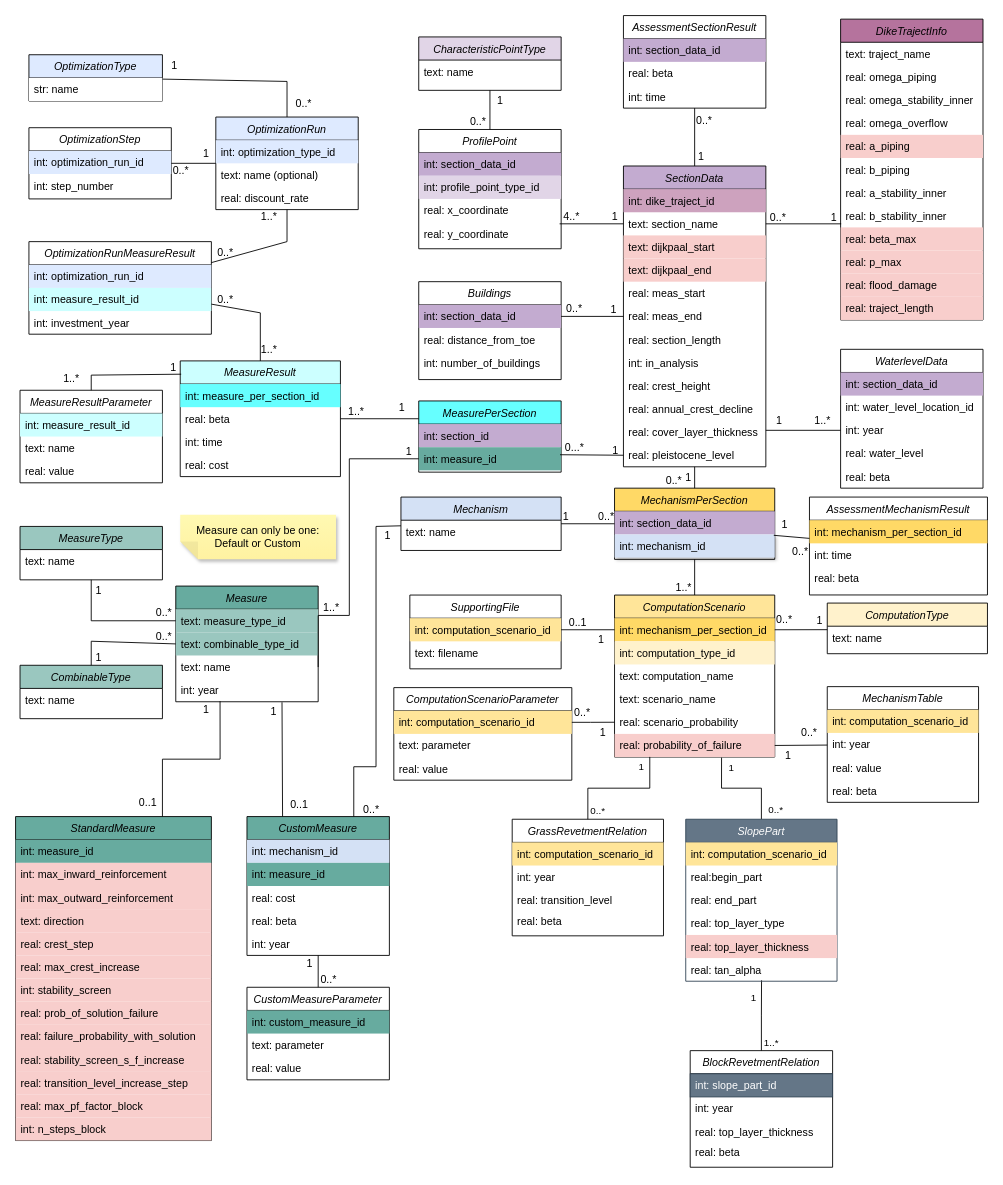
The draw.io diagram docs/db_diagram/vrtool_sql_input.drawio in Deltares/Veiligheidsrendement, before the edit. Source tidied: cells renumbered, new cells numbered last; positions are measured from the earlier drawing's top-left corner, leaving out a move shared by most shapes. Both pictures are drawn from the tidied source at 89%, with x=0, y=0 at pixel (15, 15).
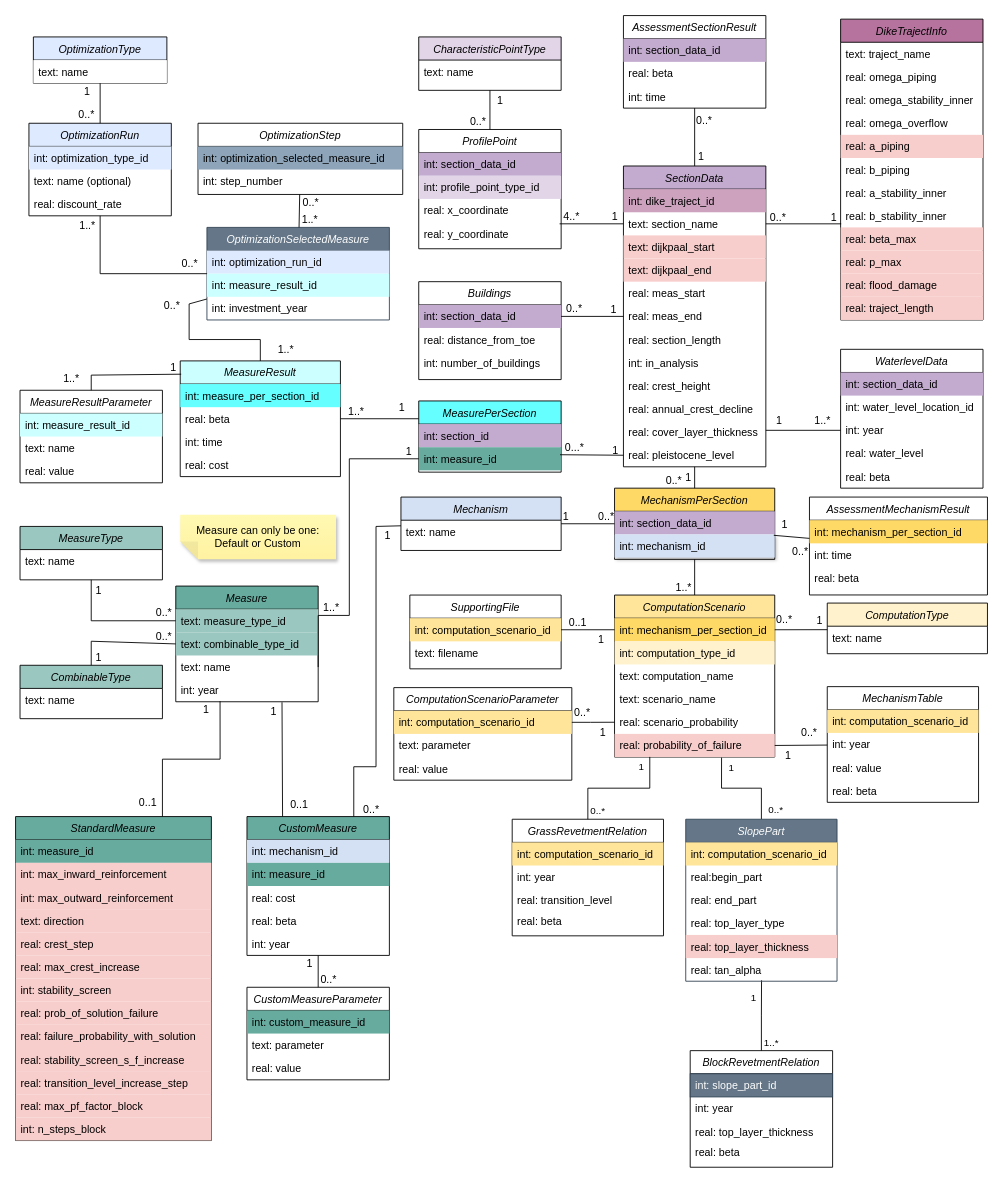
Above is the later version.

Commit message (it also covers changes not shown here):
chore: Modified optimization step after design discussion. Updated diagram

The change refers to these unchanged cells:
```xml
<mxCell id="208" value="MeasureResult" style="swimlane;fontStyle=2;align=center;verticalAlign=top;horizontal=1;startSize=26;rounded=0;shadow=0;strokeWidth=1;fillColor=#CCFFFF;" parent="1" vertex="1">
  <mxGeometry x="185" y="388" width="180" height="130" as="geometry" />
</mxCell>
```

Diff of the diagram source:
```diff
@@
     <mxCell id="223" value="OptimizationType" style="swimlane;fontStyle=2;align=center;verticalAlign=top;horizontal=1;startSize=26;rounded=0;shadow=0;strokeWidth=1;fillColor=#DEEAFF;" parent="1" vertex="1">
-      <mxGeometry x="15" y="44" width="150" height="52" as="geometry" />
+      <mxGeometry x="20" y="24" width="150" height="52" as="geometry" />
     </mxCell>
-    <mxCell id="224" value="str: name" style="text;align=left;verticalAlign=top;spacingLeft=4;spacingRight=4;overflow=hidden;rounded=0;shadow=0;html=0;fillColor=#FFFFFF;" parent="223" vertex="1">
+    <mxCell id="224" value="text: name" style="text;align=left;verticalAlign=top;spacingLeft=4;spacingRight=4;overflow=hidden;rounded=0;shadow=0;html=0;fillColor=#FFFFFF;" parent="223" vertex="1">
       <mxGeometry y="26" width="150" height="26" as="geometry" />
     </mxCell>
     <mxCell id="225" value="OptimizationRun" style="swimlane;fontStyle=2;align=center;verticalAlign=top;horizontal=1;startSize=26;rounded=0;shadow=0;strokeWidth=1;fillColor=#deeaff;" parent="1" vertex="1">
-      <mxGeometry x="225" y="114" width="160" height="104" as="geometry" />
+      <mxGeometry x="15" y="121" width="160" height="104" as="geometry" />
     </mxCell>
@@
     <mxCell id="229" style="endArrow=none;html=1;rounded=0;" parent="1" edge="1" source="225" target="223">
-      <mxGeometry relative="1" as="geometry">
-        <Array as="points">
-          <mxPoint x="305" y="74" />
-        </Array>
-      </mxGeometry>
+      <mxGeometry relative="1" as="geometry" />
     </mxCell>
     <mxCell id="230" value="0..*" style="html=1;whiteSpace=wrap;align=left;verticalAlign=bottom;" parent="229" vertex="1">
       <mxGeometry x="-1" relative="1" as="geometry">
-        <mxPoint x="8" y="-7" as="offset" />
+        <mxPoint x="-26" y="-1" as="offset" />
       </mxGeometry>
     </mxCell>
     <mxCell id="231" value="1" style="html=1;whiteSpace=wrap;align=right;verticalAlign=bottom;" parent="229" vertex="1">
       <mxGeometry x="1" relative="1" as="geometry">
-        <mxPoint x="18" y="-6" as="offset" />
+        <mxPoint x="-10" y="18" as="offset" />
       </mxGeometry>
     </mxCell>
-    <mxCell id="232" value="OptimizationRunMeasureResult" style="swimlane;fontStyle=2;align=center;verticalAlign=top;horizontal=1;startSize=26;rounded=0;shadow=0;strokeWidth=1;fillColor=#FFFFFF;" parent="1" vertex="1">
-      <mxGeometry x="15" y="254" width="205" height="104" as="geometry" />
+    <mxCell id="232" value="OptimizationSelectedMeasure" style="swimlane;fontStyle=2;align=center;verticalAlign=top;horizontal=1;startSize=26;rounded=0;shadow=0;strokeWidth=1;fillColor=#647687;fontColor=#ffffff;strokeColor=#314354;" parent="1" vertex="1">
+      <mxGeometry x="215" y="238" width="205" height="104" as="geometry" />
     </mxCell>
@@
     <mxCell id="236" style="endArrow=none;html=1;rounded=0;" parent="1" edge="1" source="232" target="225">
       <mxGeometry relative="1" as="geometry">
         <Array as="points">
-          <mxPoint x="305" y="254" />
+          <mxPoint x="95" y="290" />
         </Array>
       </mxGeometry>
     </mxCell>
     <mxCell id="237" value="0..*" style="html=1;whiteSpace=wrap;align=left;verticalAlign=bottom;" parent="236" vertex="1">
       <mxGeometry x="-1" relative="1" as="geometry">
-        <mxPoint x="5" y="-3" as="offset" />
+        <mxPoint x="-30" y="-3" as="offset" />
       </mxGeometry>
     </mxCell>
     <mxCell id="238" value="1..*" style="html=1;whiteSpace=wrap;align=right;verticalAlign=bottom;" parent="236" vertex="1">
       <mxGeometry x="1" relative="1" as="geometry">
-        <mxPoint x="-10" y="16" as="offset" />
+        <mxPoint x="-4" y="19" as="offset" />
       </mxGeometry>
     </mxCell>
     <mxCell id="239" style="endArrow=none;html=1;rounded=0;" parent="1" edge="1" source="232" target="208">
       <mxGeometry relative="1" as="geometry">
         <Array as="points">
-          <mxPoint x="275" y="334" />
+          <mxPoint x="195" y="324" />
+          <mxPoint x="195" y="364" />
+          <mxPoint x="275" y="364" />
         </Array>
       </mxGeometry>
     </mxCell>
     <mxCell id="240" value="0..*" style="html=1;whiteSpace=wrap;align=left;verticalAlign=bottom;" parent="239" vertex="1">
       <mxGeometry x="-1" relative="1" as="geometry">
-        <mxPoint x="5" y="3" as="offset" />
+        <mxPoint x="-50" y="16" as="offset" />
       </mxGeometry>
     </mxCell>
     <mxCell id="241" value="1..*" style="html=1;whiteSpace=wrap;align=right;verticalAlign=bottom;" parent="239" vertex="1">
       <mxGeometry x="1" relative="1" as="geometry">
-        <mxPoint x="20" y="-4" as="offset" />
+        <mxPoint x="39" y="-4" as="offset" />
       </mxGeometry>
     </mxCell>
     <mxCell id="242" value="OptimizationStep" style="swimlane;fontStyle=2;align=center;verticalAlign=top;horizontal=1;startSize=26;rounded=0;shadow=0;strokeWidth=1;fillColor=#FFFFFF;" parent="1" vertex="1">
-      <mxGeometry x="15" y="126" width="160" height="80" as="geometry" />
+      <mxGeometry x="205" y="121" width="230" height="80" as="geometry" />
     </mxCell>
-    <mxCell id="243" value="int: optimization_run_id" style="text;align=left;verticalAlign=top;spacingLeft=4;spacingRight=4;overflow=hidden;rounded=0;shadow=0;html=0;fillColor=#DEEAFF;" parent="242" vertex="1">
-      <mxGeometry y="26" width="160" height="26" as="geometry" />
+    <mxCell id="243" value="int: optimization_selected_measure_id" style="text;align=left;verticalAlign=top;spacingLeft=4;spacingRight=4;overflow=hidden;rounded=0;shadow=0;html=0;fillColor=#8da4b9;" parent="242" vertex="1">
+      <mxGeometry y="26" width="230" height="26" as="geometry" />
     </mxCell>
     <mxCell id="244" value="int: step_number" style="text;align=left;verticalAlign=top;spacingLeft=4;spacingRight=4;overflow=hidden;" parent="242" vertex="1">
-      <mxGeometry y="52" width="160" height="26" as="geometry" />
+      <mxGeometry y="52" width="230" height="26" as="geometry" />
     </mxCell>
-    <mxCell id="245" style="endArrow=none;html=1;rounded=0;" parent="1" edge="1" source="225" target="242">
+    <mxCell id="245" style="endArrow=none;html=1;rounded=0;" parent="1" edge="1" source="232" target="242">
       <mxGeometry relative="1" as="geometry" />
     </mxCell>
-    <mxCell id="246" value="1" style="html=1;whiteSpace=wrap;align=left;verticalAlign=bottom;" parent="245" vertex="1">
+    <mxCell id="246" value="1..*" style="html=1;whiteSpace=wrap;align=left;verticalAlign=bottom;" parent="245" vertex="1">
       <mxGeometry x="-1" relative="1" as="geometry">
-        <mxPoint x="-16" y="-3" as="offset" />
+        <mxPoint x="1" as="offset" />
       </mxGeometry>
     </mxCell>
     <mxCell id="247" value="0..*" style="html=1;whiteSpace=wrap;align=right;verticalAlign=bottom;" parent="245" vertex="1">
       <mxGeometry x="1" relative="1" as="geometry">
-        <mxPoint x="21" y="17" as="offset" />
+        <mxPoint x="23" y="17" as="offset" />
       </mxGeometry>
     </mxCell>
```
